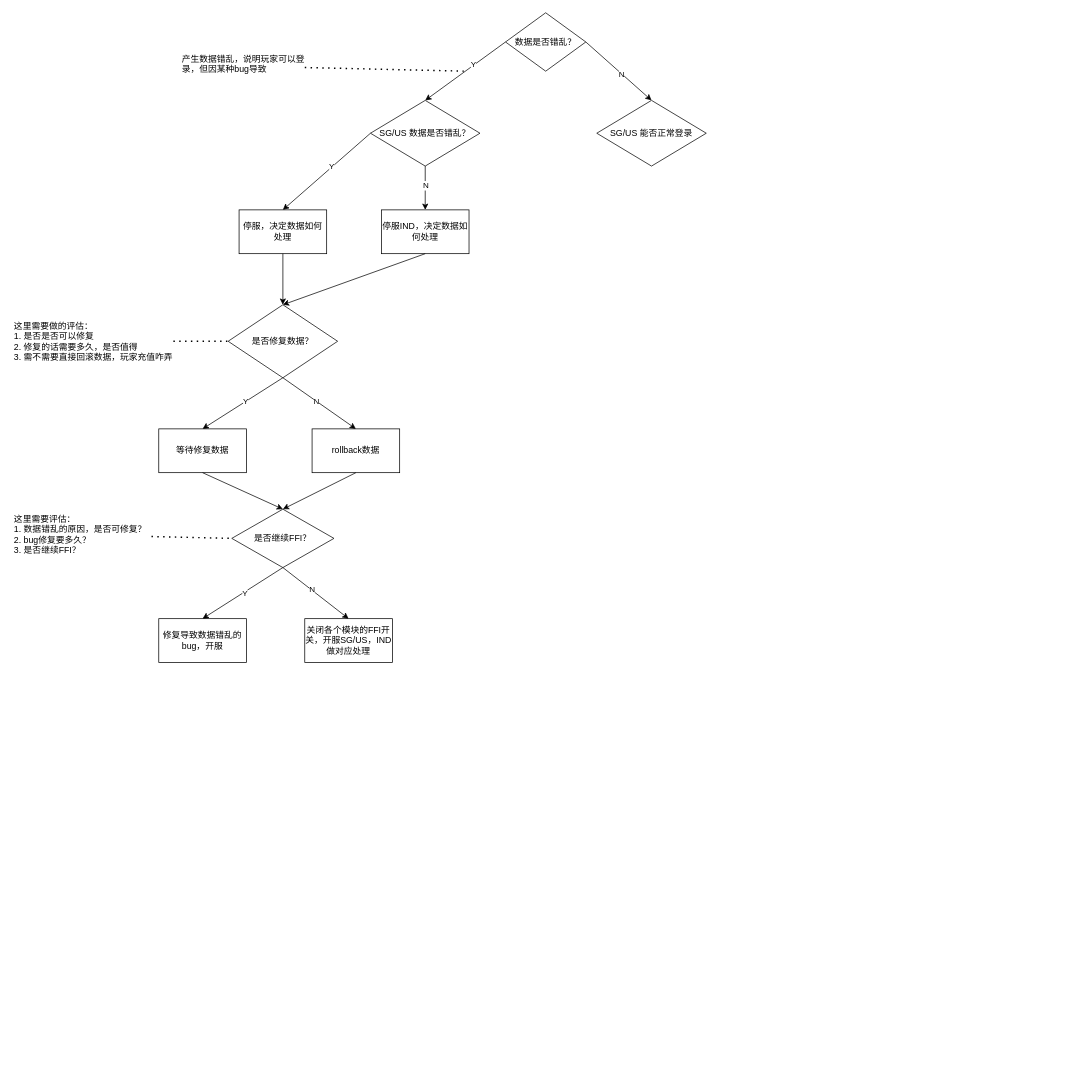
Earlier version of the draw.io diagram ffi_backplan.drawio (yechennn/ff_UMLs). Source tidied: cells renumbered, new cells numbered last; positions are measured from the earlier drawing's top-left corner, leaving out a move shared by most shapes. Both pictures are drawn from the tidied source at 73%, with x=0, y=0 at pixel (12, 12).
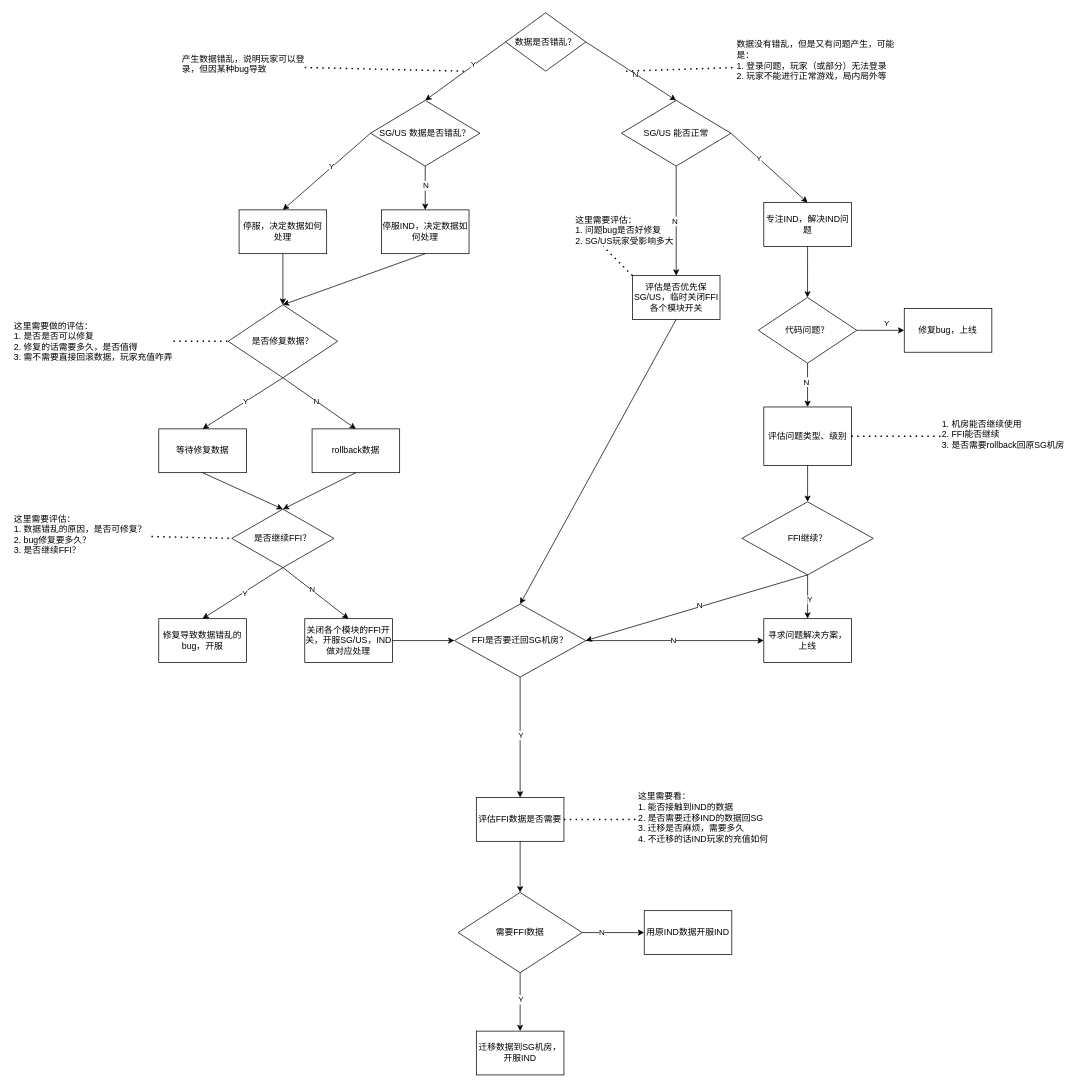
The same page after the edit.

Unchanged cells that the change refers to:
```xml
<mxCell id="30" value="关闭各个模块的FFI开关，开服SG/US，IND做对应处理" style="rounded=0;whiteSpace=wrap;html=1;" parent="1" vertex="1">
  <mxGeometry x="400" y="830" width="120" height="60" as="geometry" />
</mxCell>
```

Diff of the diagram source:
```diff
@@
-    <mxCell id="4" value="SG/US 能否正常登录" style="rhombus;whiteSpace=wrap;html=1;" parent="1" vertex="1">
-      <mxGeometry x="800" y="120" width="150" height="90" as="geometry" />
+    <mxCell id="4" value="SG/US 能否正常" style="rhombus;whiteSpace=wrap;html=1;" parent="1" vertex="1">
+      <mxGeometry x="833.8" y="120" width="150" height="90" as="geometry" />
     </mxCell>
@@
+    <mxCell id="39" value="专注IND，解决IND问题" style="rounded=0;whiteSpace=wrap;html=1;" parent="1" vertex="1">
+      <mxGeometry x="1028.8" y="260" width="120" height="60" as="geometry" />
+    </mxCell>
+    <mxCell id="40" value="数据没有错乱，但是又有问题产生，可能是：&lt;div&gt;1. 登录问题，玩家（或部分）无法登录&lt;/div&gt;&lt;div&gt;2. 玩家不能进行正常游戏，局内局外等&lt;/div&gt;" style="text;html=1;align=left;verticalAlign=top;whiteSpace=wrap;rounded=0;" parent="1" vertex="1">
+      <mxGeometry x="990" y="30" width="240" height="90" as="geometry" />
+    </mxCell>
+    <mxCell id="41" style="endArrow=none;dashed=1;html=1;dashPattern=1 3;strokeWidth=2;rounded=0;entryX=0;entryY=0.5;entryDx=0;entryDy=0;" parent="1" edge="1" target="40">
+      <mxGeometry relative="1" as="geometry">
+        <mxPoint x="840" y="80" as="sourcePoint" />
+      </mxGeometry>
+    </mxCell>
+    <mxCell id="42" style="endArrow=classic;html=1;rounded=0;entryX=0.5;entryY=0;entryDx=0;entryDy=0;exitX=1;exitY=0.5;exitDx=0;exitDy=0;" parent="1" edge="1" source="4" target="39">
+      <mxGeometry relative="1" as="geometry" />
+    </mxCell>
+    <mxCell id="43" value="Y" style="edgeLabel;html=1;align=center;verticalAlign=middle;" parent="42" vertex="1">
+      <mxGeometry x="-0.28" relative="1" as="geometry" />
+    </mxCell>
+    <mxCell id="44" value="评估是否优先保SG/US，临时关闭FFI各个模块开关" style="rounded=0;whiteSpace=wrap;html=1;" parent="1" vertex="1">
+      <mxGeometry x="848.8" y="360" width="120" height="60" as="geometry" />
+    </mxCell>
+    <mxCell id="45" style="endArrow=classic;html=1;rounded=0;entryX=0.5;entryY=0;entryDx=0;entryDy=0;exitX=0.5;exitY=1;exitDx=0;exitDy=0;" parent="1" edge="1" source="4" target="44">
+      <mxGeometry relative="1" as="geometry" />
+    </mxCell>
+    <mxCell id="46" value="N" style="edgeLabel;html=1;align=center;verticalAlign=middle;" parent="45" vertex="1">
+      <mxGeometry y="-2" relative="1" as="geometry" />
+    </mxCell>
+    <mxCell id="47" value="这里需要评估：&lt;div&gt;1. 问题bug是否好修复&lt;/div&gt;&lt;div&gt;2. SG/US玩家受影响多大&lt;/div&gt;&lt;div&gt;&lt;br&gt;&lt;/div&gt;" style="text;html=1;align=left;verticalAlign=top;whiteSpace=wrap;rounded=0;" parent="1" vertex="1">
+      <mxGeometry x="768.8" y="270" width="160" height="50" as="geometry" />
+    </mxCell>
+    <mxCell id="48" style="endArrow=none;dashed=1;html=1;dashPattern=1 3;strokeWidth=2;rounded=0;entryX=0.25;entryY=1;entryDx=0;entryDy=0;exitX=0;exitY=0;exitDx=0;exitDy=0;" parent="1" edge="1" source="44" target="47">
+      <mxGeometry relative="1" as="geometry" />
+    </mxCell>
+    <mxCell id="49" value="代码问题？" style="rhombus;whiteSpace=wrap;html=1;" parent="1" vertex="1">
+      <mxGeometry x="1021.2" y="390" width="135" height="90" as="geometry" />
+    </mxCell>
+    <mxCell id="50" style="endArrow=classic;html=1;rounded=0;exitX=0.5;exitY=1;exitDx=0;exitDy=0;entryX=0.5;entryY=0;entryDx=0;entryDy=0;" parent="1" edge="1" source="39" target="49">
+      <mxGeometry relative="1" as="geometry" />
+    </mxCell>
+    <mxCell id="51" value="修复bug，上线" style="rounded=0;whiteSpace=wrap;html=1;" parent="1" vertex="1">
+      <mxGeometry x="1221.2" y="405" width="120" height="60" as="geometry" />
+    </mxCell>
+    <mxCell id="52" style="endArrow=classic;html=1;rounded=0;exitX=1;exitY=0.5;exitDx=0;exitDy=0;entryX=0;entryY=0.5;entryDx=0;entryDy=0;" parent="1" edge="1" source="49" target="51">
+      <mxGeometry relative="1" as="geometry" />
+    </mxCell>
+    <mxCell id="53" value="Y" style="edgeLabel;html=1;align=center;verticalAlign=middle;" parent="52" vertex="1">
+      <mxGeometry x="0.2" y="-1" relative="1" as="geometry">
+        <mxPoint x="1" y="-12" as="offset" />
+      </mxGeometry>
+    </mxCell>
+    <mxCell id="54" value="评估问题类型、级别" style="rounded=0;whiteSpace=wrap;html=1;" parent="1" vertex="1">
+      <mxGeometry x="1028.8" y="540" width="120" height="80" as="geometry" />
+    </mxCell>
+    <mxCell id="55" style="endArrow=classic;html=1;rounded=0;entryX=0.5;entryY=0;entryDx=0;entryDy=0;exitX=0.5;exitY=1;exitDx=0;exitDy=0;" parent="1" edge="1" source="49" target="54">
+      <mxGeometry relative="1" as="geometry" />
+    </mxCell>
+    <mxCell id="56" value="N" style="edgeLabel;html=1;align=center;verticalAlign=middle;" parent="55" vertex="1">
+      <mxGeometry x="-0.18" y="-2" relative="1" as="geometry" />
+    </mxCell>
+    <mxCell id="57" value="1. 机房能否继续使用&lt;div&gt;2. FFI能否继续&lt;/div&gt;&lt;div&gt;3. 是否需要rollback回原SG机房&lt;/div&gt;" style="text;html=1;align=left;verticalAlign=top;whiteSpace=wrap;rounded=0;" parent="1" vertex="1">
+      <mxGeometry x="1271.2" y="550" width="180" height="60" as="geometry" />
+    </mxCell>
+    <mxCell id="58" style="endArrow=none;dashed=1;html=1;dashPattern=1 3;strokeWidth=2;rounded=0;entryX=0;entryY=0.5;entryDx=0;entryDy=0;exitX=1;exitY=0.5;exitDx=0;exitDy=0;" parent="1" edge="1" source="54" target="57">
+      <mxGeometry relative="1" as="geometry" />
+    </mxCell>
+    <mxCell id="59" value="FFI继续？" style="rhombus;whiteSpace=wrap;html=1;" parent="1" vertex="1">
+      <mxGeometry x="998.8" y="670" width="180" height="100" as="geometry" />
+    </mxCell>
+    <mxCell id="60" style="endArrow=classic;html=1;rounded=0;exitX=0.5;exitY=1;exitDx=0;exitDy=0;entryX=0.5;entryY=0;entryDx=0;entryDy=0;" parent="1" edge="1" source="54" target="59">
+      <mxGeometry relative="1" as="geometry" />
+    </mxCell>
+    <mxCell id="61" value="寻求问题解决方案，上线" style="rounded=0;whiteSpace=wrap;html=1;" parent="1" vertex="1">
+      <mxGeometry x="1028.8" y="830" width="120" height="60" as="geometry" />
+    </mxCell>
+    <mxCell id="62" style="endArrow=classic;html=1;rounded=0;exitX=0.5;exitY=1;exitDx=0;exitDy=0;entryX=0.5;entryY=0;entryDx=0;entryDy=0;" parent="1" edge="1" source="59" target="61">
+      <mxGeometry relative="1" as="geometry" />
+    </mxCell>
+    <mxCell id="63" value="Y" style="edgeLabel;html=1;align=center;verticalAlign=middle;" parent="62" vertex="1">
+      <mxGeometry x="0.09" y="3" relative="1" as="geometry" />
+    </mxCell>
+    <mxCell id="64" value="FFI是否要迁回SG机房？" style="rhombus;whiteSpace=wrap;html=1;" parent="1" vertex="1">
+      <mxGeometry x="605" y="810" width="180" height="100" as="geometry" />
+    </mxCell>
+    <mxCell id="65" style="endArrow=classic;html=1;rounded=0;exitX=0.5;exitY=1;exitDx=0;exitDy=0;entryX=1;entryY=0.5;entryDx=0;entryDy=0;" parent="1" edge="1" source="59" target="64">
+      <mxGeometry relative="1" as="geometry" />
+    </mxCell>
+    <mxCell id="66" value="N" style="edgeLabel;html=1;align=center;verticalAlign=middle;" parent="65" vertex="1">
+      <mxGeometry x="-0.03" y="-2" relative="1" as="geometry" />
+    </mxCell>
+    <mxCell id="67" style="endArrow=classic;html=1;rounded=0;exitX=1;exitY=0.5;exitDx=0;exitDy=0;entryX=0;entryY=0.5;entryDx=0;entryDy=0;" parent="1" edge="1" source="64" target="61">
+      <mxGeometry relative="1" as="geometry" />
+    </mxCell>
+    <mxCell id="68" value="N" style="edgeLabel;html=1;align=center;verticalAlign=middle;" parent="67" vertex="1">
+      <mxGeometry x="-0.02" y="1" relative="1" as="geometry" />
+    </mxCell>
+    <mxCell id="69" value="评估FFI数据是否需要" style="rounded=0;whiteSpace=wrap;html=1;" parent="1" vertex="1">
+      <mxGeometry x="635" y="1075" width="120" height="60" as="geometry" />
+    </mxCell>
+    <mxCell id="70" style="endArrow=classic;html=1;rounded=0;exitX=0.5;exitY=1;exitDx=0;exitDy=0;" parent="1" edge="1" source="64" target="69">
+      <mxGeometry relative="1" as="geometry" />
+    </mxCell>
+    <mxCell id="71" value="Y" style="edgeLabel;html=1;align=center;verticalAlign=middle;" parent="70" vertex="1">
+      <mxGeometry x="-0.04" relative="1" as="geometry" />
+    </mxCell>
+    <mxCell id="72" value="这里需要看：&lt;div&gt;1. 能否接触到IND的数据&lt;/div&gt;&lt;div&gt;2. 是否需要迁移IND的数据回SG&lt;/div&gt;&lt;div&gt;3. 迁移是否麻烦，需要多久&lt;/div&gt;&lt;div&gt;4. 不迁移的话IND玩家的充值如何&lt;/div&gt;" style="text;html=1;align=left;verticalAlign=top;whiteSpace=wrap;rounded=0;" parent="1" vertex="1">
+      <mxGeometry x="855" y="1060" width="180" height="90" as="geometry" />
+    </mxCell>
+    <mxCell id="73" style="endArrow=none;dashed=1;html=1;dashPattern=1 3;strokeWidth=2;rounded=0;exitX=1;exitY=0.5;exitDx=0;exitDy=0;entryX=0;entryY=0.5;entryDx=0;entryDy=0;" parent="1" edge="1" source="69" target="72">
+      <mxGeometry relative="1" as="geometry" />
+    </mxCell>
+    <mxCell id="74" value="需要FFI数据" style="rhombus;whiteSpace=wrap;html=1;" parent="1" vertex="1">
+      <mxGeometry x="610" y="1205" width="170" height="110" as="geometry" />
+    </mxCell>
+    <mxCell id="75" style="endArrow=classic;html=1;rounded=0;exitX=0.5;exitY=1;exitDx=0;exitDy=0;entryX=0.5;entryY=0;entryDx=0;entryDy=0;" parent="1" edge="1" source="69" target="74">
+      <mxGeometry relative="1" as="geometry" />
+    </mxCell>
+    <mxCell id="76" value="迁移数据到SG机房，开服IND" style="rounded=0;whiteSpace=wrap;html=1;" parent="1" vertex="1">
+      <mxGeometry x="635" y="1395" width="120" height="60" as="geometry" />
+    </mxCell>
+    <mxCell id="77" style="endArrow=classic;html=1;rounded=0;exitX=0.5;exitY=1;exitDx=0;exitDy=0;entryX=0.5;entryY=0;entryDx=0;entryDy=0;" parent="1" edge="1" source="74" target="76">
+      <mxGeometry relative="1" as="geometry" />
+    </mxCell>
+    <mxCell id="78" value="Y" style="edgeLabel;html=1;align=center;verticalAlign=middle;" parent="77" vertex="1">
+      <mxGeometry x="-0.1" relative="1" as="geometry" />
+    </mxCell>
+    <mxCell id="79" value="用原IND数据开服IND" style="rounded=0;whiteSpace=wrap;html=1;" parent="1" vertex="1">
+      <mxGeometry x="865" y="1230" width="120" height="60" as="geometry" />
+    </mxCell>
+    <mxCell id="80" style="endArrow=classic;html=1;rounded=0;exitX=1;exitY=0.5;exitDx=0;exitDy=0;entryX=0;entryY=0.5;entryDx=0;entryDy=0;" parent="1" edge="1" source="74" target="79">
+      <mxGeometry relative="1" as="geometry" />
+    </mxCell>
+    <mxCell id="81" value="N" style="edgeLabel;html=1;align=center;verticalAlign=middle;" parent="80" vertex="1">
+      <mxGeometry x="-0.38" y="1" relative="1" as="geometry" />
+    </mxCell>
+    <mxCell id="82" style="endArrow=classic;html=1;rounded=0;exitX=1;exitY=0.5;exitDx=0;exitDy=0;entryX=0;entryY=0.5;entryDx=0;entryDy=0;" parent="1" edge="1" source="30" target="64">
+      <mxGeometry relative="1" as="geometry" />
+    </mxCell>
+    <mxCell id="83" style="endArrow=classic;html=1;rounded=0;exitX=0.5;exitY=1;exitDx=0;exitDy=0;entryX=0.5;entryY=0;entryDx=0;entryDy=0;" parent="1" edge="1" source="44" target="64">
+      <mxGeometry relative="1" as="geometry" />
+    </mxCell>
```
